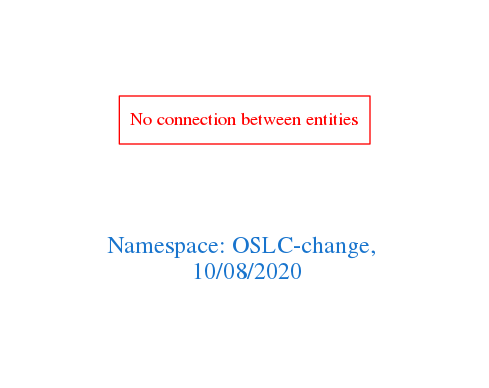
Above: downloads/OSLC-change.png in arago/OGIT (Graphviz), before the change. Its source is kept beside it as downloads/OSLC-change.dot.
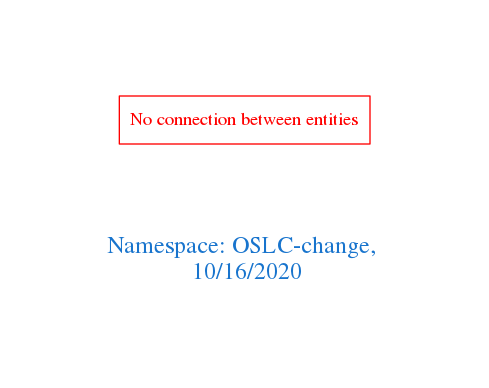
After the change.

What changed in the source:
```diff
@@ -1,7 +1,7 @@
 digraph OGIT_ontology {
  graph [ rankdir= LR,pad=1
 fontsize = 18,
-fontcolor= dodgerblue3,label = "\n\n\nNamespace: OSLC-change, \n 10/08/2020"];
+fontcolor= dodgerblue3,label = "\n\n\nNamespace: OSLC-change, \n 10/16/2020"];
 node[shape=polygon];
 edge [  color="gray81"];
 
```
